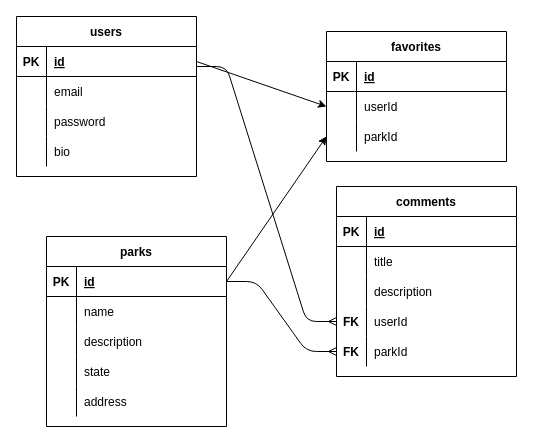
The draw.io diagram ERD.drawio in Shazammon/Project2, before the edit. Source tidied: cells renumbered, new cells numbered last; positions are measured from the earlier drawing's top-left corner, leaving out a move shared by most shapes. Both pictures are drawn from the tidied source at 100%, with x=0, y=0 at pixel (16, 16).
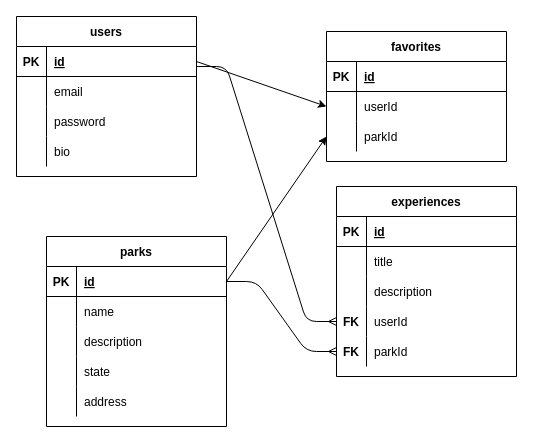
After the change.

What changed in the source:
```diff
@@
-    <mxCell id="41" value="comments" style="shape=table;startSize=30;childLayout=tableLayout;rowLines=0;fontStyle=1;align=center;swimlaneFillColor=default;" parent="1" vertex="1">
+    <mxCell id="41" value="experiences" style="shape=table;startSize=30;childLayout=tableLayout;rowLines=0;fontStyle=1;align=center;swimlaneFillColor=default;" parent="1" vertex="1">
       <mxGeometry x="320" y="170" width="180" height="190" as="geometry" />
     </mxCell>
```
